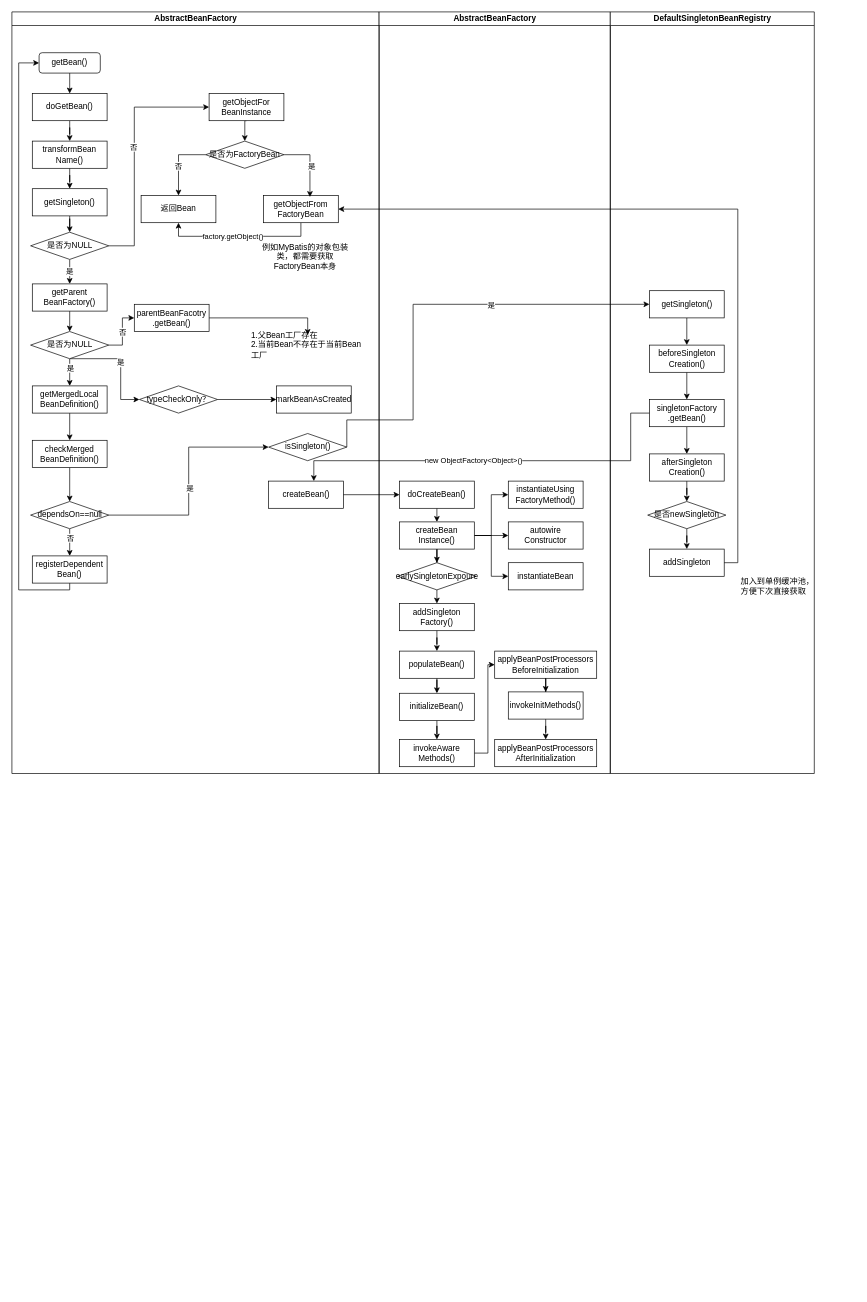
Above: page "getBean" (1 of 7) of Spring.drawio in EngineKing/draw (draw.io), before the change. Source tidied: cells renumbered, new cells numbered last; positions are measured from the earlier drawing's top-left corner, leaving out a move shared by most shapes. Both pictures are drawn from the tidied source at 68%, with x=0, y=0 at pixel (12, 12).
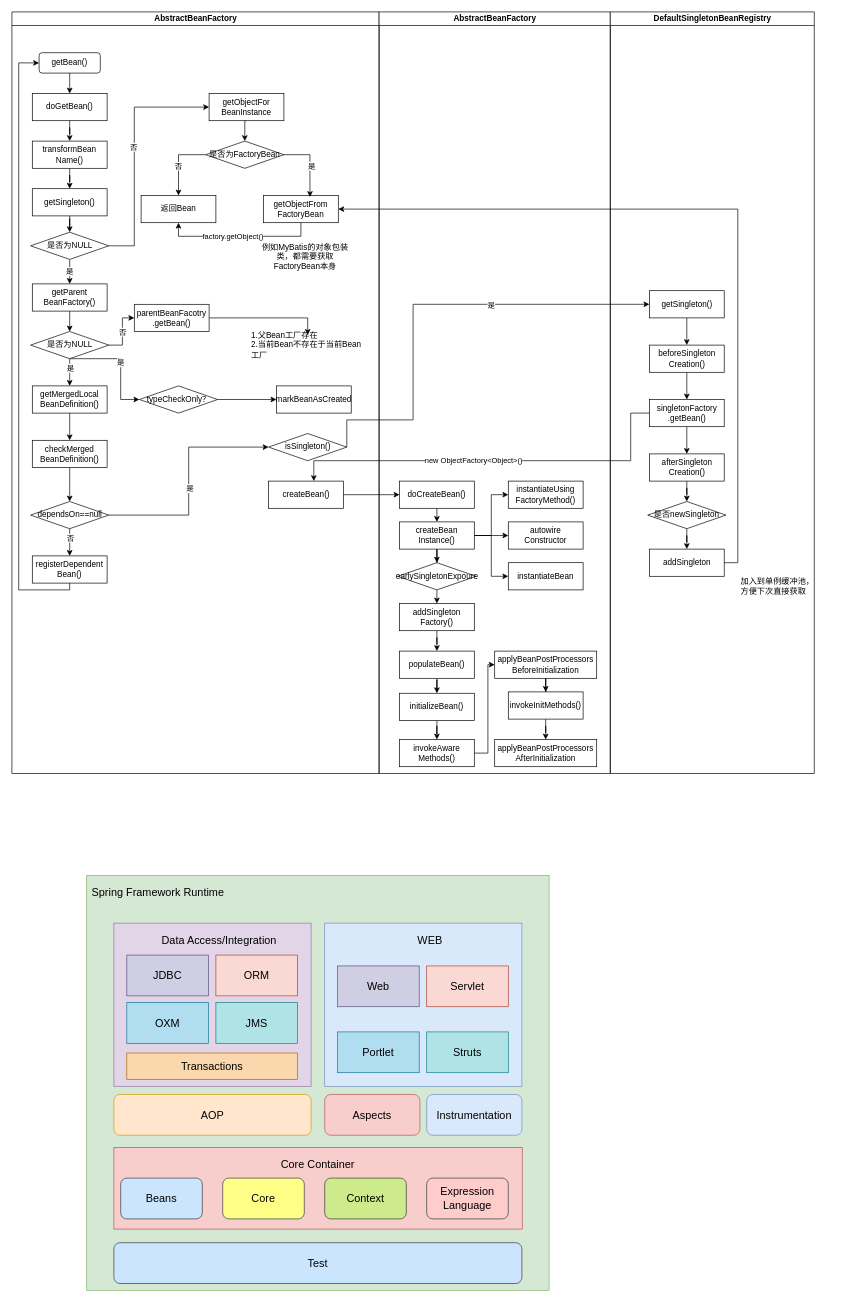
The same diagram, later.

Change to the diagram source:
```diff
@@
+    <mxCell id="98" style="rounded=0;whiteSpace=wrap;html=1;fillColor=#d5e8d4;strokeColor=#82b366;shadow=0;glass=0;" parent="1" vertex="1">
+      <mxGeometry x="110" y="1270" width="680" height="610" as="geometry" />
+    </mxCell>
+    <mxCell id="99" value="Spring Framework Runtime" style="text;html=1;align=center;verticalAlign=middle;whiteSpace=wrap;rounded=0;fontSize=16;" parent="1" vertex="1">
+      <mxGeometry x="110" y="1270" width="210" height="50" as="geometry" />
+    </mxCell>
+    <mxCell id="100" style="rounded=0;whiteSpace=wrap;html=1;fillColor=#e1d5e7;strokeColor=#9673a6;" parent="1" vertex="1">
+      <mxGeometry x="150" y="1340" width="290" height="240" as="geometry" />
+    </mxCell>
+    <mxCell id="101" value="Data Access/Integration" style="text;html=1;align=center;verticalAlign=middle;whiteSpace=wrap;rounded=0;fontSize=16;" parent="1" vertex="1">
+      <mxGeometry x="200" y="1340" width="210" height="50" as="geometry" />
+    </mxCell>
+    <mxCell id="102" value="&lt;font style=&quot;font-size: 16px;&quot;&gt;JDBC&lt;/font&gt;" style="rounded=0;whiteSpace=wrap;html=1;fillColor=#d0cee2;strokeColor=#56517e;" parent="1" vertex="1">
+      <mxGeometry x="169" y="1387" width="120" height="60" as="geometry" />
+    </mxCell>
+    <mxCell id="103" value="&lt;font style=&quot;font-size: 16px;&quot;&gt;ORM&lt;/font&gt;" style="rounded=0;whiteSpace=wrap;html=1;fillColor=#fad9d5;strokeColor=#ae4132;" parent="1" vertex="1">
+      <mxGeometry x="300" y="1387" width="120" height="60" as="geometry" />
+    </mxCell>
+    <mxCell id="104" value="&lt;font style=&quot;font-size: 16px;&quot;&gt;OXM&lt;/font&gt;" style="rounded=0;whiteSpace=wrap;html=1;fillColor=#b1ddf0;strokeColor=#10739e;" parent="1" vertex="1">
+      <mxGeometry x="169" y="1457" width="120" height="60" as="geometry" />
+    </mxCell>
+    <mxCell id="105" value="&lt;font style=&quot;font-size: 16px;&quot;&gt;JMS&lt;/font&gt;" style="rounded=0;whiteSpace=wrap;html=1;fillColor=#b0e3e6;strokeColor=#0e8088;" parent="1" vertex="1">
+      <mxGeometry x="300" y="1457" width="120" height="60" as="geometry" />
+    </mxCell>
+    <mxCell id="106" value="&lt;font style=&quot;font-size: 16px;&quot;&gt;Transactions&lt;/font&gt;" style="rounded=0;whiteSpace=wrap;html=1;fillColor=#fad7ac;strokeColor=#b46504;" parent="1" vertex="1">
+      <mxGeometry x="169" y="1531" width="251" height="39" as="geometry" />
+    </mxCell>
+    <mxCell id="107" style="rounded=0;whiteSpace=wrap;html=1;fillColor=#dae8fc;strokeColor=#6c8ebf;" parent="1" vertex="1">
+      <mxGeometry x="460" y="1340" width="290" height="240" as="geometry" />
+    </mxCell>
+    <mxCell id="108" value="WEB" style="text;html=1;align=center;verticalAlign=middle;whiteSpace=wrap;rounded=0;fontSize=16;" parent="1" vertex="1">
+      <mxGeometry x="510" y="1340" width="210" height="50" as="geometry" />
+    </mxCell>
+    <mxCell id="109" value="&lt;font style=&quot;font-size: 16px;&quot;&gt;Web&lt;/font&gt;" style="rounded=0;whiteSpace=wrap;html=1;fillColor=#d0cee2;strokeColor=#56517e;" parent="1" vertex="1">
+      <mxGeometry x="479" y="1403" width="120" height="60" as="geometry" />
+    </mxCell>
+    <mxCell id="110" value="&lt;font style=&quot;font-size: 16px;&quot;&gt;Servlet&lt;/font&gt;" style="rounded=0;whiteSpace=wrap;html=1;fillColor=#fad9d5;strokeColor=#ae4132;" parent="1" vertex="1">
+      <mxGeometry x="610" y="1403" width="120" height="60" as="geometry" />
+    </mxCell>
+    <mxCell id="111" value="&lt;font style=&quot;font-size: 16px;&quot;&gt;Portlet&lt;/font&gt;" style="rounded=0;whiteSpace=wrap;html=1;fillColor=#b1ddf0;strokeColor=#10739e;" parent="1" vertex="1">
+      <mxGeometry x="479" y="1500" width="120" height="60" as="geometry" />
+    </mxCell>
+    <mxCell id="112" value="&lt;font style=&quot;font-size: 16px;&quot;&gt;Struts&lt;/font&gt;" style="rounded=0;whiteSpace=wrap;html=1;fillColor=#b0e3e6;strokeColor=#0e8088;" parent="1" vertex="1">
+      <mxGeometry x="610" y="1500" width="120" height="60" as="geometry" />
+    </mxCell>
+    <mxCell id="113" value="&lt;font style=&quot;font-size: 16px;&quot;&gt;AOP&lt;/font&gt;" style="rounded=1;whiteSpace=wrap;html=1;fillColor=#ffe6cc;strokeColor=#d79b00;" parent="1" vertex="1">
+      <mxGeometry x="150" y="1592" width="290" height="60" as="geometry" />
+    </mxCell>
+    <mxCell id="114" value="&lt;font style=&quot;font-size: 16px;&quot;&gt;Aspects&lt;/font&gt;" style="rounded=1;whiteSpace=wrap;html=1;fillColor=#f8cecc;strokeColor=#b85450;" parent="1" vertex="1">
+      <mxGeometry x="460" y="1592" width="140" height="60" as="geometry" />
+    </mxCell>
+    <mxCell id="115" value="&lt;font style=&quot;font-size: 16px;&quot;&gt;Instrumentation&lt;/font&gt;" style="rounded=1;whiteSpace=wrap;html=1;fillColor=#dae8fc;strokeColor=#6c8ebf;" parent="1" vertex="1">
+      <mxGeometry x="610" y="1592" width="140" height="60" as="geometry" />
+    </mxCell>
+    <mxCell id="116" style="rounded=0;whiteSpace=wrap;html=1;fillColor=#f8cecc;strokeColor=#b85450;" parent="1" vertex="1">
+      <mxGeometry x="150" y="1670" width="600.5" height="120" as="geometry" />
+    </mxCell>
+    <mxCell id="117" value="Core Container" style="text;html=1;align=center;verticalAlign=middle;whiteSpace=wrap;rounded=0;fontSize=16;" parent="1" vertex="1">
+      <mxGeometry x="150" y="1670" width="600" height="50" as="geometry" />
+    </mxCell>
+    <mxCell id="118" value="&lt;font style=&quot;font-size: 16px;&quot;&gt;Beans&lt;/font&gt;" style="rounded=1;whiteSpace=wrap;html=1;fillColor=#cce5ff;strokeColor=#36393d;" parent="1" vertex="1">
+      <mxGeometry x="160" y="1715" width="120" height="60" as="geometry" />
+    </mxCell>
+    <mxCell id="119" value="&lt;font style=&quot;font-size: 16px;&quot;&gt;Core&lt;/font&gt;" style="rounded=1;whiteSpace=wrap;html=1;fillColor=#ffff88;strokeColor=#36393d;" parent="1" vertex="1">
+      <mxGeometry x="310" y="1715" width="120" height="60" as="geometry" />
+    </mxCell>
+    <mxCell id="120" value="&lt;font style=&quot;font-size: 16px;&quot;&gt;Context&lt;/font&gt;" style="rounded=1;whiteSpace=wrap;html=1;fillColor=#cdeb8b;strokeColor=#36393d;" parent="1" vertex="1">
+      <mxGeometry x="460" y="1715" width="120" height="60" as="geometry" />
+    </mxCell>
+    <mxCell id="121" value="&lt;span style=&quot;font-size: 16px;&quot;&gt;Expression&lt;br&gt;Language&lt;/span&gt;" style="rounded=1;whiteSpace=wrap;html=1;fillColor=#ffcccc;strokeColor=#36393d;" parent="1" vertex="1">
+      <mxGeometry x="610" y="1715" width="120" height="60" as="geometry" />
+    </mxCell>
+    <mxCell id="122" value="&lt;font style=&quot;font-size: 16px;&quot;&gt;Test&lt;/font&gt;" style="rounded=1;whiteSpace=wrap;html=1;fillColor=#cce5ff;strokeColor=#36393d;" parent="1" vertex="1">
+      <mxGeometry x="150" y="1810" width="600" height="60" as="geometry" />
+    </mxCell>
```
